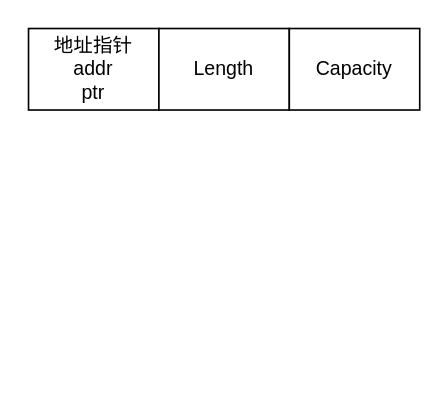
This is 未命名绘图.drawio from changegogo/asd, a draw.io file, before an edit. Source tidied: cells renumbered, new cells numbered last; positions are measured from the earlier drawing's top-left corner, leaving out a move shared by most shapes. Both pictures are drawn from the tidied source at 163%, with x=0, y=0 at pixel (28, 28).
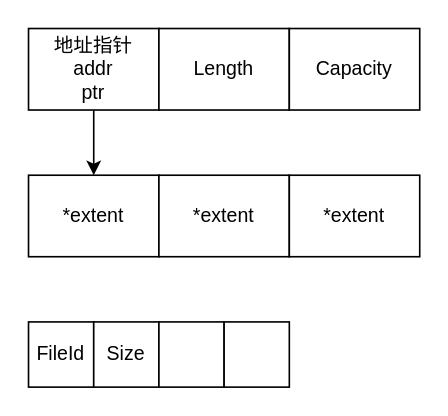
Above is the later version.

What changed in the source:
```diff
@@
 <mxGraphModel>
   <root>
     <mxCell id="0" />
     <mxCell id="1" parent="0" />
+    <mxCell id="5" style="edgeStyle=orthogonalEdgeStyle;rounded=0;jettySize=auto;html=1;" parent="1" edge="1" source="2" target="6">
+      <mxGeometry relative="1" as="geometry" />
+    </mxCell>
     <mxCell id="2" value="地址指针&lt;br&gt;addr&lt;br&gt;ptr" style="rounded=0;whiteSpace=wrap;html=1;" parent="1" vertex="1">
       <mxGeometry width="80" height="50" as="geometry" />
     </mxCell>
     <mxCell id="3" value="Length" style="rounded=0;whiteSpace=wrap;html=1;" parent="1" vertex="1">
       <mxGeometry x="80" width="80" height="50" as="geometry" />
     </mxCell>
     <mxCell id="4" value="Capacity" style="rounded=0;whiteSpace=wrap;html=1;" parent="1" vertex="1">
       <mxGeometry x="160" width="80" height="50" as="geometry" />
     </mxCell>
+    <mxCell id="6" value="*extent" style="rounded=0;whiteSpace=wrap;html=1;" parent="1" vertex="1">
+      <mxGeometry y="90" width="80" height="50" as="geometry" />
+    </mxCell>
+    <mxCell id="7" value="*extent" style="rounded=0;whiteSpace=wrap;html=1;" parent="1" vertex="1">
+      <mxGeometry x="80" y="90" width="80" height="50" as="geometry" />
+    </mxCell>
+    <mxCell id="8" value="*extent" style="rounded=0;whiteSpace=wrap;html=1;" parent="1" vertex="1">
+      <mxGeometry x="160" y="90" width="80" height="50" as="geometry" />
+    </mxCell>
+    <mxCell id="9" value="FileId" style="rounded=0;whiteSpace=wrap;html=1;" parent="1" vertex="1">
+      <mxGeometry y="180" width="40" height="40" as="geometry" />
+    </mxCell>
+    <mxCell id="10" value="Size" style="rounded=0;whiteSpace=wrap;html=1;" parent="1" vertex="1">
+      <mxGeometry x="40" y="180" width="40" height="40" as="geometry" />
+    </mxCell>
+    <mxCell id="11" style="rounded=0;whiteSpace=wrap;html=1;" parent="1" vertex="1">
+      <mxGeometry x="80" y="180" width="40" height="40" as="geometry" />
+    </mxCell>
+    <mxCell id="12" style="rounded=0;whiteSpace=wrap;html=1;" parent="1" vertex="1">
+      <mxGeometry x="120" y="180" width="40" height="40" as="geometry" />
+    </mxCell>
   </root>
 </mxGraphModel>
```
